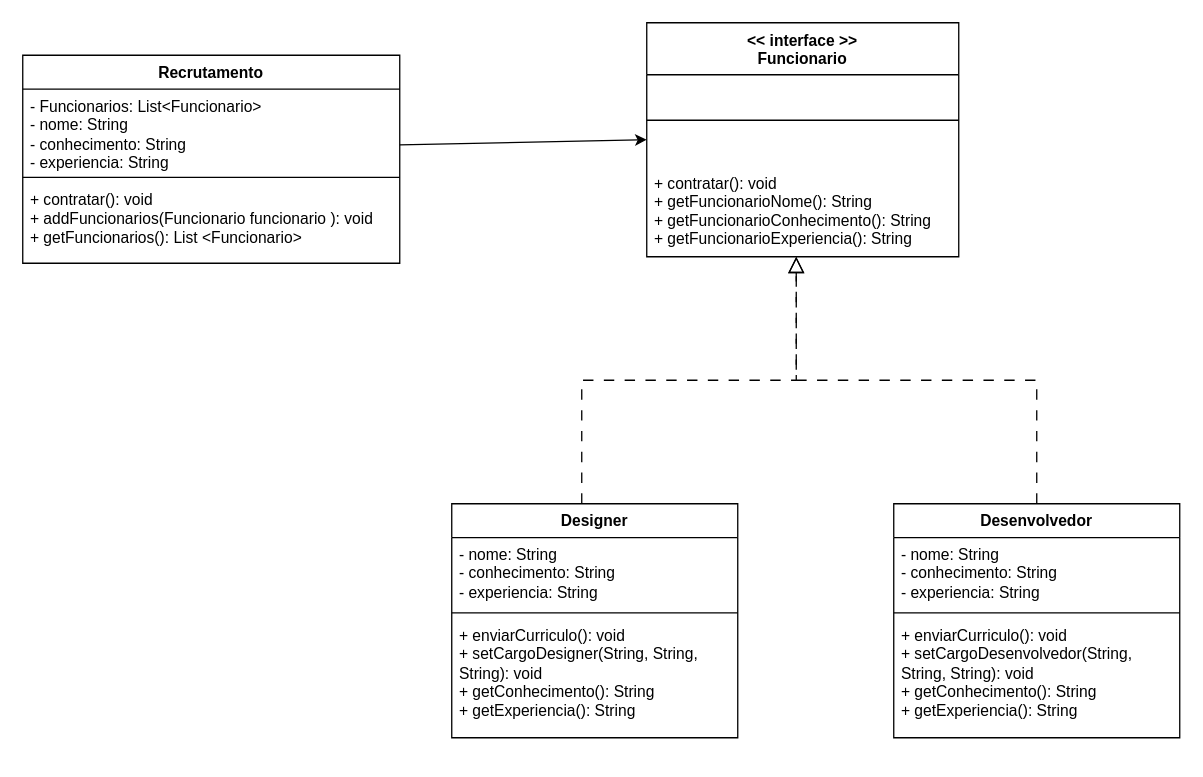
Earlier version of the draw.io diagram Engenharia lll/Composite/DiagramaClasses/composite.drawio (NicolasPereira06/bertoti). Source tidied: cells renumbered, new cells numbered last; positions are measured from the earlier drawing's top-left corner, leaving out a move shared by most shapes. Both pictures are drawn from the tidied source at 130%, with x=0, y=0 at pixel (22, 22).
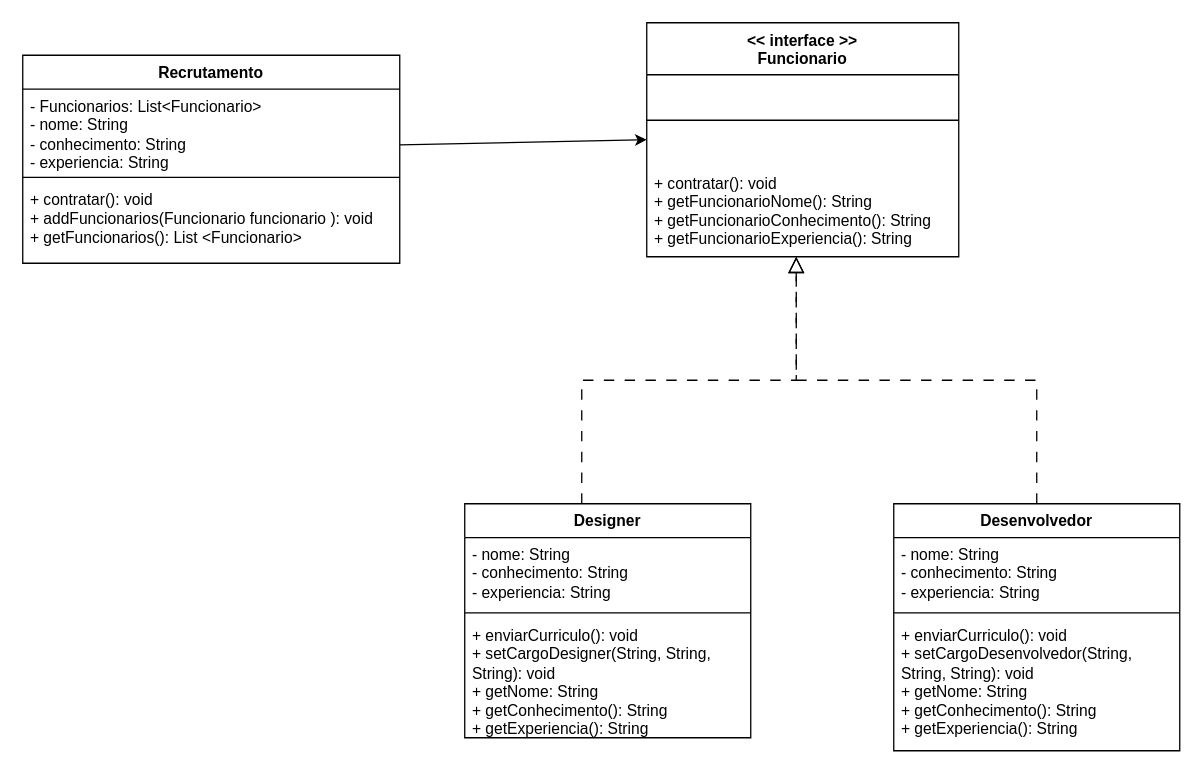
Above is the later version.

What changed in the source:
```diff
@@
     <mxCell id="12" value="Designer" style="swimlane;fontStyle=1;align=center;verticalAlign=top;horizontal=1;startSize=26;whiteSpace=wrap;html=1;" parent="1" vertex="1">
-      <mxGeometry x="330" y="370" width="220" height="180" as="geometry" />
+      <mxGeometry x="340" y="370" width="220" height="180" as="geometry" />
     </mxCell>
@@
-    <mxCell id="15" value="+ enviarCurriculo(): void&lt;br style=&quot;border-color: var(--border-color);&quot;&gt;+ setCargoDesigner(String, String, String): void&lt;br style=&quot;border-color: var(--border-color);&quot;&gt;+ getConhecimento(): String&lt;br style=&quot;border-color: var(--border-color);&quot;&gt;+ getExperiencia(): String" style="text;strokeColor=none;fillColor=none;align=left;verticalAlign=top;spacingLeft=4;spacingRight=4;overflow=hidden;whiteSpace=wrap;html=1;" parent="12" vertex="1">
+    <mxCell id="15" value="+ enviarCurriculo(): void&lt;br style=&quot;border-color: var(--border-color);&quot;&gt;+ setCargoDesigner(String, String, String): void&lt;br&gt;+ getNome: String&lt;br style=&quot;border-color: var(--border-color);&quot;&gt;+ getConhecimento(): String&lt;br style=&quot;border-color: var(--border-color);&quot;&gt;+ getExperiencia(): String" style="text;strokeColor=none;fillColor=none;align=left;verticalAlign=top;spacingLeft=4;spacingRight=4;overflow=hidden;whiteSpace=wrap;html=1;" parent="12" vertex="1">
       <mxGeometry y="88" width="220" height="92" as="geometry" />
     </mxCell>
     <mxCell id="16" value="Desenvolvedor" style="swimlane;fontStyle=1;align=center;verticalAlign=top;horizontal=1;startSize=26;whiteSpace=wrap;html=1;" parent="1" vertex="1">
-      <mxGeometry x="670" y="370" width="220" height="180" as="geometry" />
+      <mxGeometry x="670" y="370" width="220" height="190" as="geometry" />
     </mxCell>
@@
-    <mxCell id="19" value="+ enviarCurriculo(): void&lt;br style=&quot;border-color: var(--border-color);&quot;&gt;+ setCargoDesenvolvedor(String, String, String): void&lt;br style=&quot;border-color: var(--border-color);&quot;&gt;+ getConhecimento(): String&lt;br&gt;+ getExperiencia(): String" style="text;strokeColor=none;fillColor=none;align=left;verticalAlign=top;spacingLeft=4;spacingRight=4;overflow=hidden;whiteSpace=wrap;html=1;" parent="16" vertex="1">
-      <mxGeometry y="88" width="220" height="92" as="geometry" />
+    <mxCell id="19" value="+ enviarCurriculo(): void&lt;br style=&quot;border-color: var(--border-color);&quot;&gt;+ setCargoDesenvolvedor(String, String, String): void&lt;br&gt;+ getNome: String&lt;br style=&quot;border-color: var(--border-color);&quot;&gt;+ getConhecimento(): String&lt;br&gt;+ getExperiencia(): String" style="text;strokeColor=none;fillColor=none;align=left;verticalAlign=top;spacingLeft=4;spacingRight=4;overflow=hidden;whiteSpace=wrap;html=1;" parent="16" vertex="1">
+      <mxGeometry y="88" width="220" height="102" as="geometry" />
     </mxCell>
```
